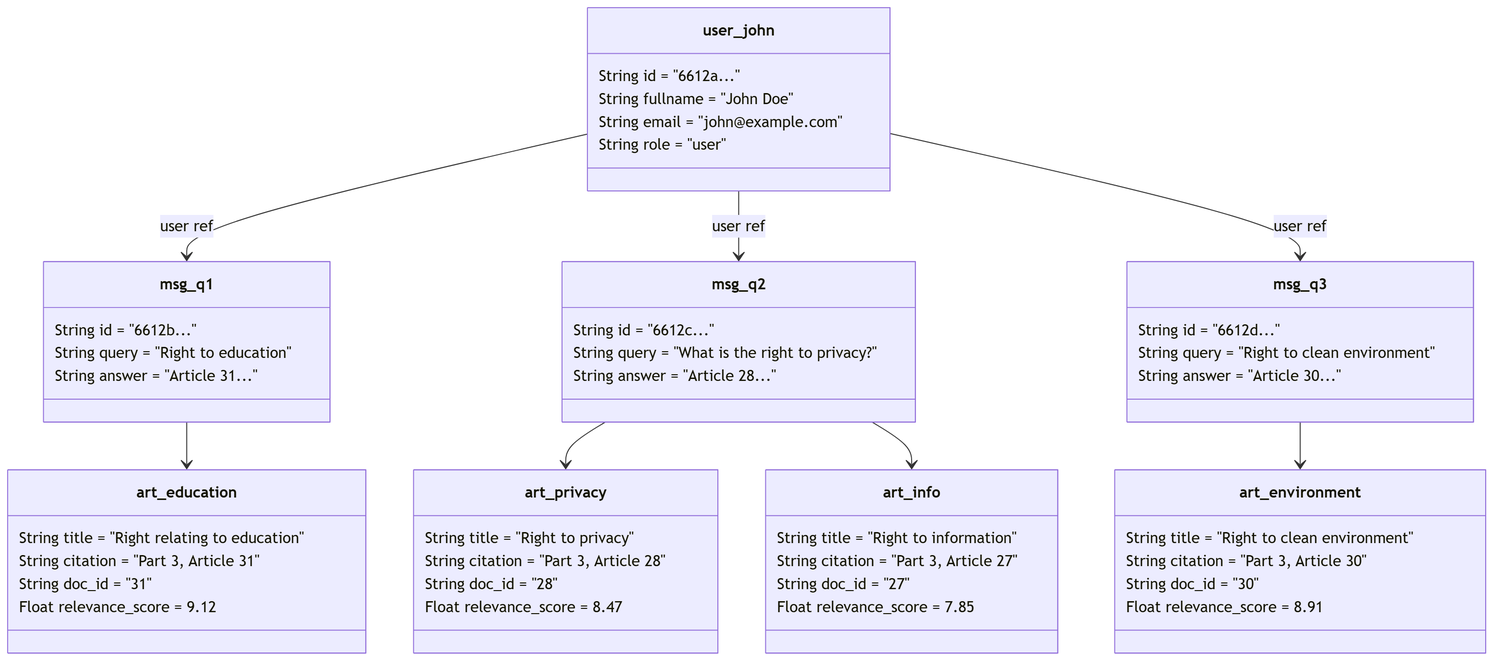
Above: docs/mermaid/outputs/object_diagram.png in ronishg27/Explainable-Constitutional-IR-and-Assistance-System (Mermaid), before the change. Its source is kept beside it as docs/mermaid/inputs/object_diagram.mmd.
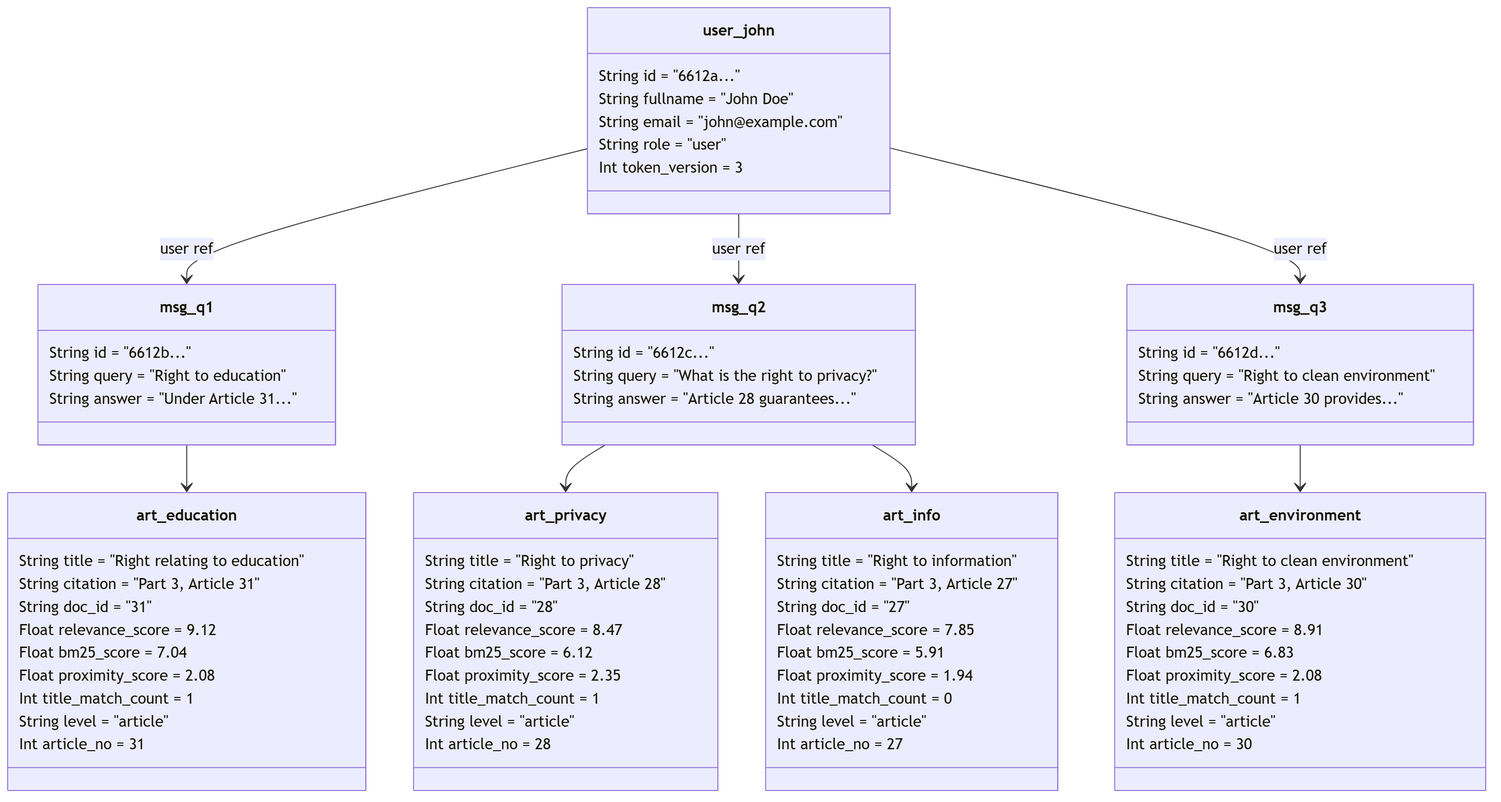
Later version of the same file.

The edit, as a diff of the source:
```diff
@@ -6,24 +6,25 @@
         String fullname = "John Doe"
         String email = "john@example.com"
         String role = "user"
+        Int token_version = 3
     }
 
     class msg_q1 {
         String id = "6612b..."
         String query = "Right to education"
-        String answer = "Article 31..."
+        String answer = "Under Article 31..."
     }
 
     class msg_q2 {
         String id = "6612c..."
         String query = "What is the right to privacy?"
-        String answer = "Article 28..."
+        String answer = "Article 28 guarantees..."
     }
 
     class msg_q3 {
         String id = "6612d..."
         String query = "Right to clean environment"
-        String answer = "Article 30..."
+        String answer = "Article 30 provides..."
     }
 
     class art_privacy {
@@ -31,6 +32,11 @@
         String citation = "Part 3, Article 28"
         String doc_id = "28"
         Float relevance_score = 8.47
+        Float bm25_score = 6.12
+        Float proximity_score = 2.35
+        Int title_match_count = 1
+        String level = "article"
+        Int article_no = 28
     }
 
     class art_education {
@@ -38,6 +44,11 @@
         String citation = "Part 3, Article 31"
         String doc_id = "31"
         Float relevance_score = 9.12
+        Float bm25_score = 7.04
+        Float proximity_score = 2.08
+        Int title_match_count = 1
+        String level = "article"
+        Int article_no = 31
     }
 
     class art_info {
@@ -45,6 +56,11 @@
         String citation = "Part 3, Article 27"
         String doc_id = "27"
         Float relevance_score = 7.85
+        Float bm25_score = 5.91
+        Float proximity_score = 1.94
+        Int title_match_count = 0
+        String level = "article"
+        Int article_no = 27
     }
 
     class art_environment {
@@ -52,6 +68,11 @@
         String citation = "Part 3, Article 30"
         String doc_id = "30"
         Float relevance_score = 8.91
+        Float bm25_score = 6.83
+        Float proximity_score = 2.08
+        Int title_match_count = 1
+        String level = "article"
+        Int article_no = 30
     }
 
     user_john --> msg_q1 : user ref
```
